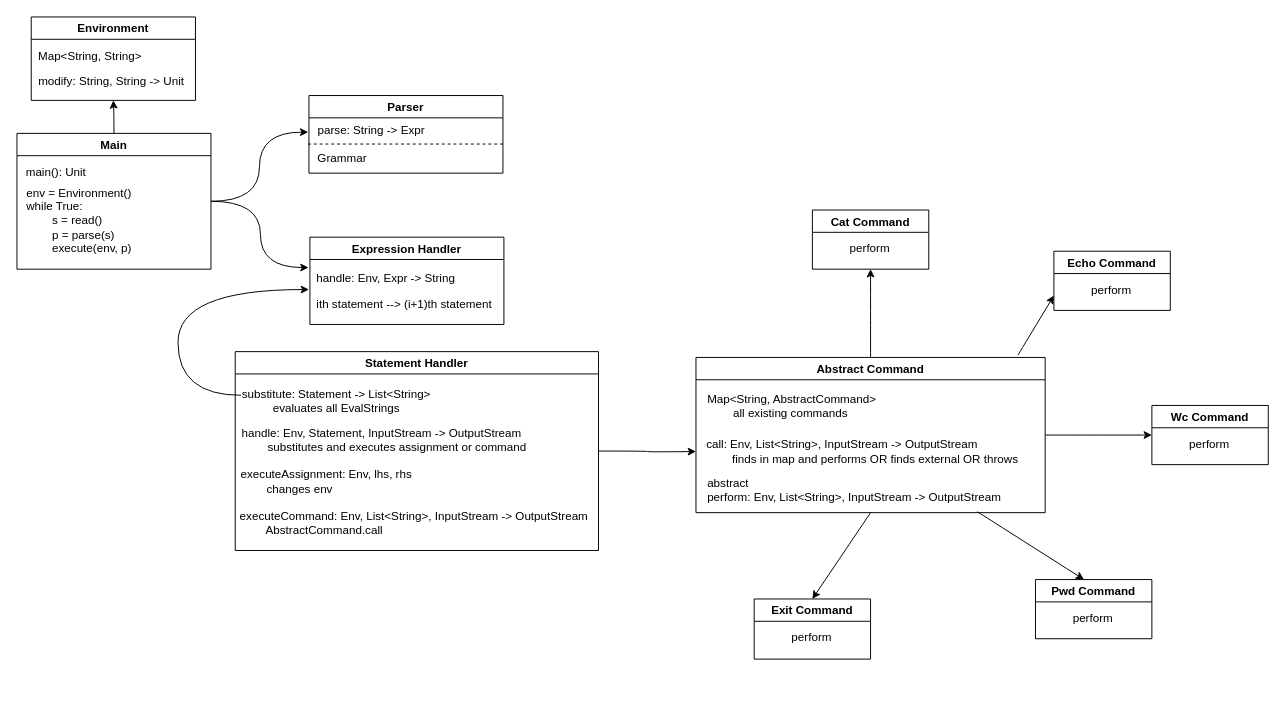
The draw.io diagram hw01/hw01.drawio in kibrq/sd-practice, before the edit. Source tidied: cells renumbered, new cells numbered last; positions are measured from the earlier drawing's top-left corner, leaving out a move shared by most shapes. Both pictures are drawn from the tidied source at 97%, with x=0, y=0 at pixel (16, 16).
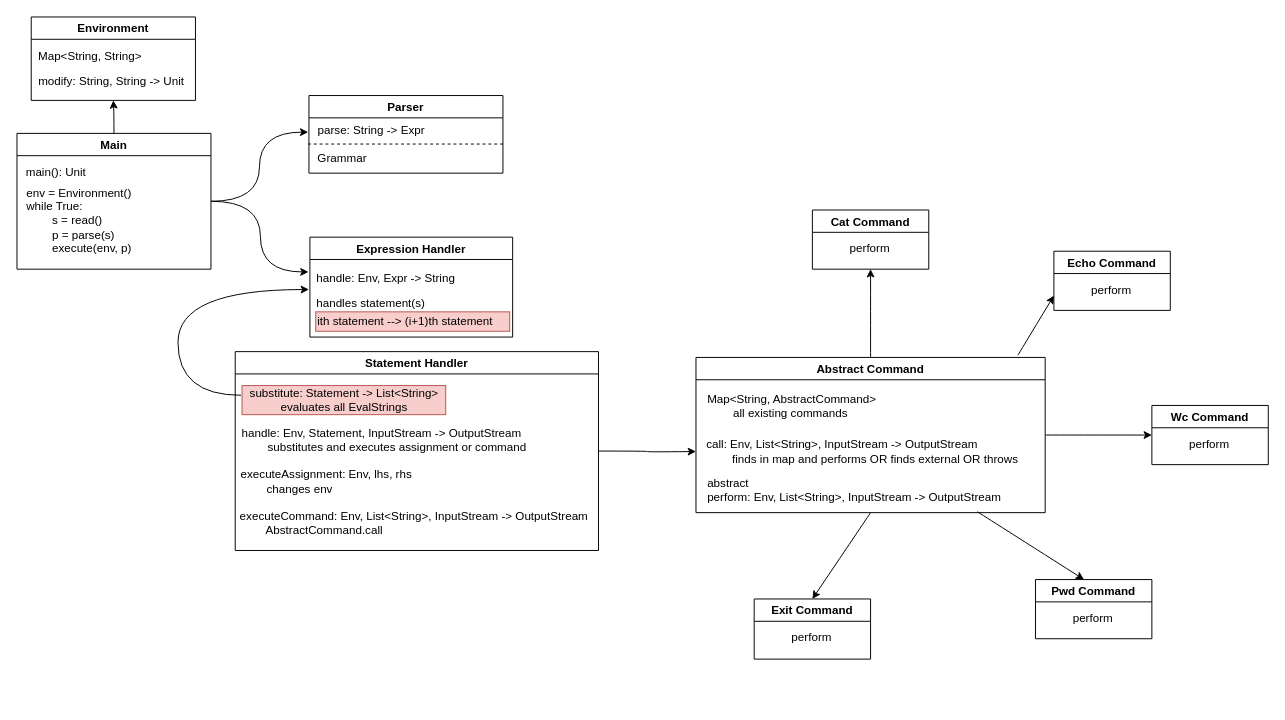
After the change.

The edit, as a diff of the source:
```diff
@@
     <mxCell id="14" value="Expression Handler" style="swimlane;" parent="1" vertex="1">
-      <mxGeometry x="302" y="227" width="200" height="90" as="geometry" />
+      <mxGeometry x="302" y="227" width="209" height="103" as="geometry" />
     </mxCell>
@@
-    <mxCell id="16" value="ith statement --&amp;gt; (i+1)th statement" style="text;html=1;align=center;verticalAlign=middle;strokeColor=none;fillColor=none;" parent="14" vertex="1">
-      <mxGeometry x="-3" y="60" width="200" height="20" as="geometry" />
+    <mxCell id="16" value="handles statement(s)" style="text;html=1;align=left;verticalAlign=middle;strokeColor=none;fillColor=none;" parent="14" vertex="1">
+      <mxGeometry x="5" y="58" width="130" height="20" as="geometry" />
     </mxCell>
+    <mxCell id="53" value="ith statement --&amp;gt; (i+1)th statement" style="text;html=1;align=left;verticalAlign=middle;strokeColor=#b85450;fillColor=#f8cecc;" parent="14" vertex="1">
+      <mxGeometry x="6" y="77" width="200" height="20" as="geometry" />
+    </mxCell>
@@
-    <mxCell id="27" value="substitute: Statement -&amp;gt; List&amp;lt;String&amp;gt;&lt;br&gt;evaluates all EvalStrings" style="text;html=1;align=center;verticalAlign=middle;strokeColor=none;fillColor=none;" parent="1" vertex="1">
-      <mxGeometry x="224" y="381" width="210" height="30" as="geometry" />
+    <mxCell id="27" value="substitute: Statement -&amp;gt; List&amp;lt;String&amp;gt;&lt;br&gt;evaluates all EvalStrings" style="text;html=1;align=center;verticalAlign=middle;strokeColor=#b85450;fillColor=#f8cecc;" parent="1" vertex="1">
+      <mxGeometry x="232" y="380" width="210" height="30" as="geometry" />
     </mxCell>
```
